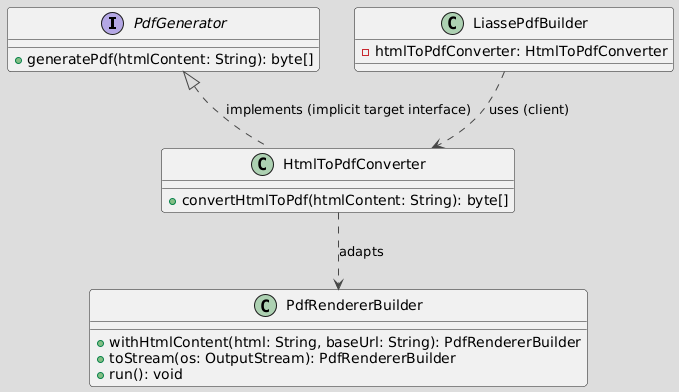
Before: docs/Uml-diagram/adapter.png, a diagram exported from PlantUML (JordanFotso/AutoElite).
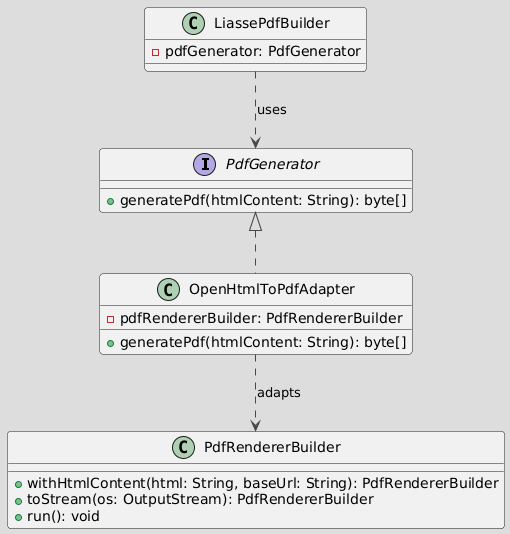
After the commit.

Change to the diagram source:
```diff
@@ -2,26 +2,26 @@
 !theme toy
 
 
-   interface PdfGenerator {
-       + generatePdf(htmlContent: String): byte[]
-   }
+interface PdfGenerator {
+    + generatePdf(htmlContent: String): byte[]
+}
 
-   class HtmlToPdfConverter {
-       + convertHtmlToPdf(htmlContent: String): byte[]
-   }
+class PdfRendererBuilder {
+    + withHtmlContent(html: String, baseUrl: String): PdfRendererBuilder
+    + toStream(os: OutputStream): PdfRendererBuilder
+    + run(): void
+}
 
-   class PdfRendererBuilder {
-       + withHtmlContent(html: String, baseUrl: String): PdfRendererBuilder
-       + toStream(os: OutputStream): PdfRendererBuilder
-       + run(): void
-   }
+class OpenHtmlToPdfAdapter {
+    - pdfRendererBuilder: PdfRendererBuilder
+    + generatePdf(htmlContent: String): byte[]
+}
 
-   class LiassePdfBuilder {
-       - htmlToPdfConverter: HtmlToPdfConverter
-   }
+class LiassePdfBuilder {
+    - pdfGenerator: PdfGenerator
+}
 
-   PdfGenerator <|.. HtmlToPdfConverter : implements (implicit target interface)
-   HtmlToPdfConverter ..> PdfRendererBuilder : adapts
-
-   LiassePdfBuilder ..> HtmlToPdfConverter : uses (client)
+PdfGenerator <|.. OpenHtmlToPdfAdapter
+OpenHtmlToPdfAdapter ..> PdfRendererBuilder : adapts
+LiassePdfBuilder ..> PdfGenerator : uses
 @enduml
```
